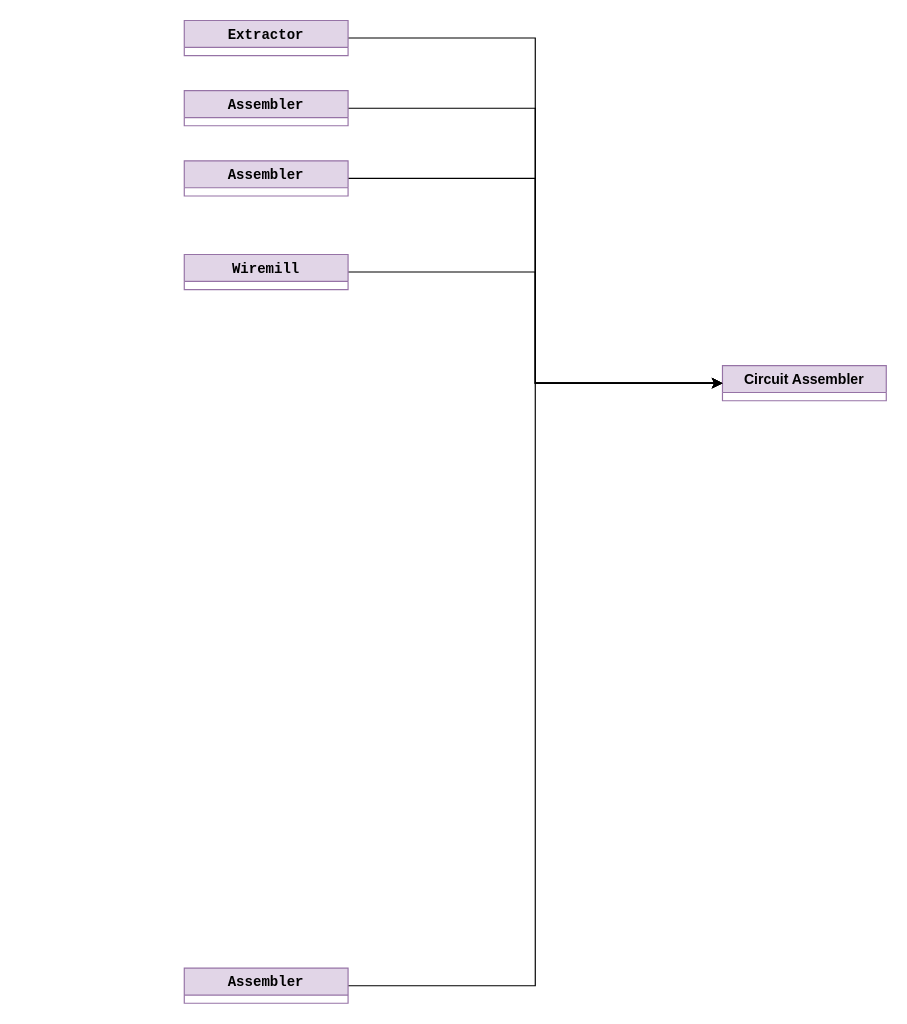
The draw.io diagram Electronic Circuit.drawio in jkxyzyz/Draw-io-thingys-for-Nomifactory, before the edit. Source tidied: cells renumbered, new cells numbered last; positions are measured from the earlier drawing's top-left corner, leaving out a move shared by most shapes. Both pictures are drawn from the tidied source at 117%, with x=0, y=0 at pixel (184, 20).
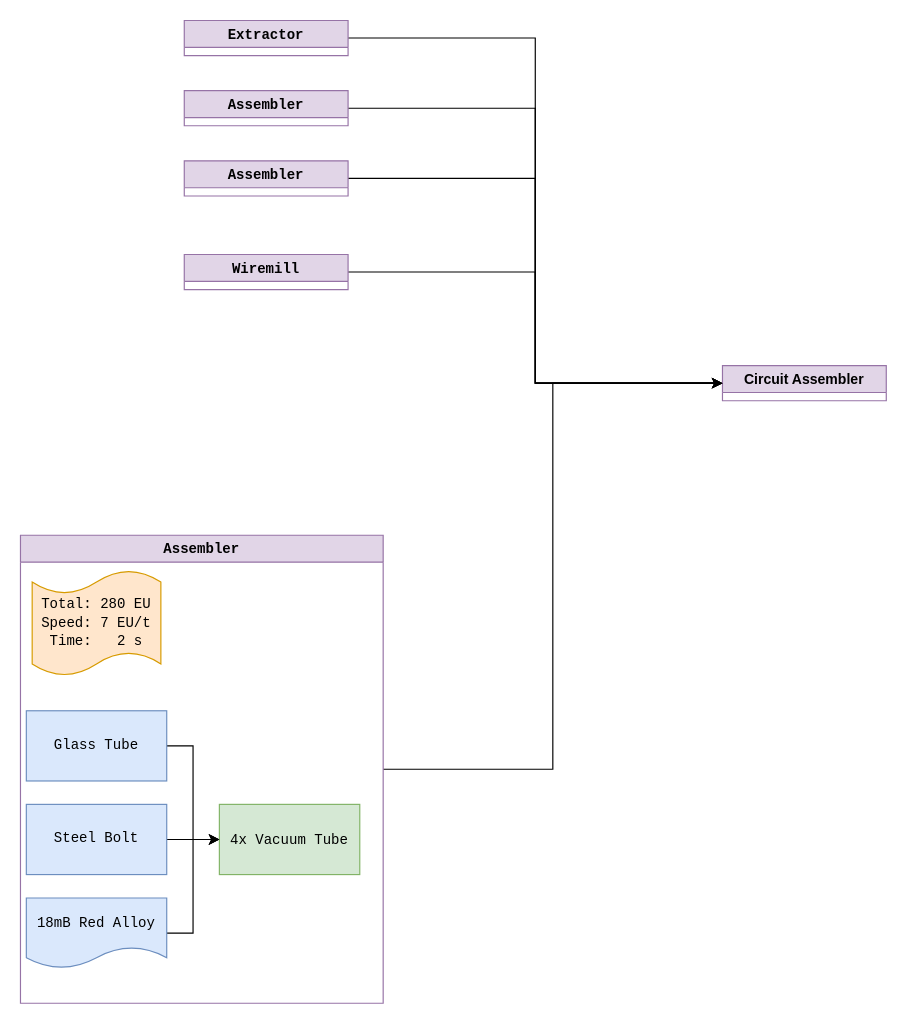
The same diagram, later.

Diff of the diagram source:
```diff
@@
-    <mxCell id="12" value="&lt;font face=&quot;Courier New&quot;&gt;Assembler&lt;/font&gt;" style="swimlane;whiteSpace=wrap;html=1;fillColor=#e1d5e7;strokeColor=#9673a6;" parent="1" vertex="1" collapsed="1">
-      <mxGeometry y="810" width="140" height="30" as="geometry" />
+    <mxCell id="12" value="&lt;font face=&quot;Courier New&quot;&gt;Assembler&lt;/font&gt;" style="swimlane;whiteSpace=wrap;html=1;fillColor=#e1d5e7;strokeColor=#9673a6;" parent="1" vertex="1">
+      <mxGeometry x="-140" y="440" width="310" height="400" as="geometry" />
     </mxCell>
+    <mxCell id="13" value="&lt;font face=&quot;Courier New&quot;&gt;Total: 280 EU&lt;br&gt;Speed: 7 EU/t&lt;br&gt;Time: &amp;nbsp; 2 s&lt;br&gt;&lt;/font&gt;" style="shape=tape;whiteSpace=wrap;html=1;fillColor=#ffe6cc;strokeColor=#d79b00;size=0.2222222222222222;" parent="12" vertex="1">
+      <mxGeometry x="10" y="30" width="110" height="90" as="geometry" />
+    </mxCell>
+    <mxCell id="14" value="&lt;font face=&quot;Courier New&quot;&gt;4x Vacuum Tube&lt;br&gt;&lt;/font&gt;" style="rounded=0;whiteSpace=wrap;html=1;fillColor=#d5e8d4;strokeColor=#82b366;" parent="12" vertex="1">
+      <mxGeometry x="170" y="230" width="120" height="60" as="geometry" />
+    </mxCell>
+    <mxCell id="15" style="edgeStyle=orthogonalEdgeStyle;rounded=0;jettySize=auto;html=1;entryX=0;entryY=0.5;entryDx=0;entryDy=0;" parent="12" edge="1" source="16" target="14">
+      <mxGeometry relative="1" as="geometry" />
+    </mxCell>
+    <mxCell id="16" value="Glass Tube" style="rounded=0;whiteSpace=wrap;html=1;fontFamily=Courier New;fillColor=#dae8fc;strokeColor=#6c8ebf;" parent="12" vertex="1">
+      <mxGeometry x="5" y="150" width="120" height="60" as="geometry" />
+    </mxCell>
+    <mxCell id="17" style="edgeStyle=orthogonalEdgeStyle;rounded=0;jettySize=auto;html=1;entryX=0;entryY=0.5;entryDx=0;entryDy=0;" parent="12" edge="1" source="18" target="14">
+      <mxGeometry relative="1" as="geometry" />
+    </mxCell>
+    <mxCell id="18" value="Steel Bolt" style="rounded=0;whiteSpace=wrap;html=1;fontFamily=Courier New;fillColor=#dae8fc;strokeColor=#6c8ebf;" parent="12" vertex="1">
+      <mxGeometry x="5" y="230" width="120" height="60" as="geometry" />
+    </mxCell>
+    <mxCell id="19" style="edgeStyle=orthogonalEdgeStyle;rounded=0;jettySize=auto;html=1;entryX=0;entryY=0.5;entryDx=0;entryDy=0;" parent="12" edge="1" source="20" target="14">
+      <mxGeometry relative="1" as="geometry" />
+    </mxCell>
+    <mxCell id="20" value="&lt;font face=&quot;Courier New&quot;&gt;18mB Red Alloy&lt;br&gt;&lt;/font&gt;" style="shape=document;whiteSpace=wrap;html=1;boundedLbl=1;fillColor=#dae8fc;strokeColor=#6c8ebf;" parent="12" vertex="1">
+      <mxGeometry x="5" y="310" width="120" height="60" as="geometry" />
+    </mxCell>
```
